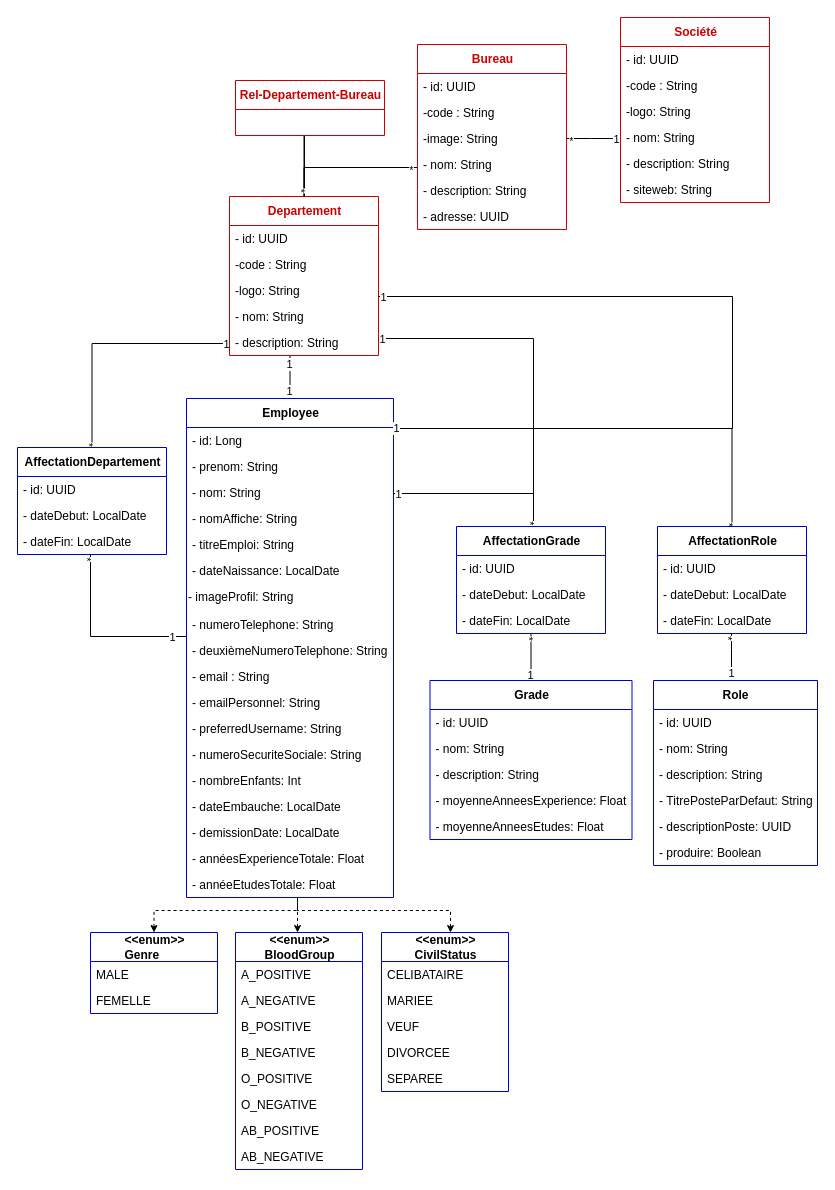
Above: Department/Departement_Fr_DiagrammeClasse.drawio in ZidiMedAmine/UML (draw.io), before the change. Source tidied: cells renumbered, new cells numbered last; positions are measured from the earlier drawing's top-left corner, leaving out a move shared by most shapes. Both pictures are drawn from the tidied source at 100%, with x=0, y=0 at pixel (17, 17).
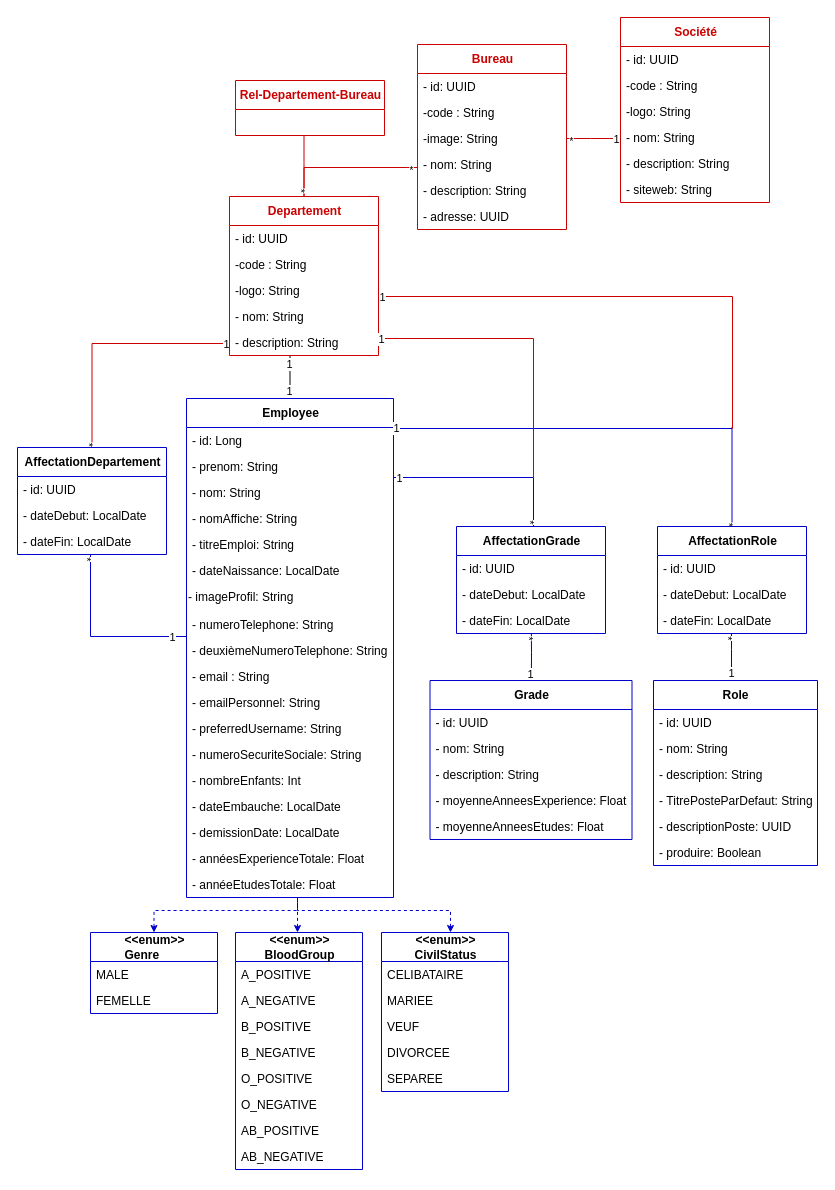
The same page after the edit.

Commit message:
Mettre à jour Departement_Fr_DiagrammeClasse.drawio

The change refers to these unchanged cells:
```xml
<mxCell id="5" value="&lt;b&gt;Employee&lt;/b&gt;" style="swimlane;fontStyle=0;align=center;verticalAlign=middle;horizontal=1;startSize=29;html=1;fontSize=12;labelPosition=center;verticalLabelPosition=middle;swimlaneLine=1;rounded=0;shadow=0;glass=0;sketch=0;perimeterSpacing=0;strokeColor=#0000CC;" parent="1" vertex="1">
  <mxGeometry x="169" y="381" width="207" height="499" as="geometry" />
</mxCell>
<mxCell id="30" value="&lt;span style=&quot;text-align: left;&quot;&gt;Affectation&lt;/span&gt;&lt;span style=&quot;text-align: left; background-color: initial;&quot;&gt;Departement&lt;/span&gt;&lt;span style=&quot;text-align: left;&quot;&gt;&lt;br&gt;&lt;/span&gt;" style="swimlane;fontStyle=1;align=center;verticalAlign=middle;horizontal=1;startSize=29;html=1;fontSize=12;labelPosition=center;verticalLabelPosition=middle;swimlaneLine=1;rounded=0;sketch=0;glass=0;strokeColor=#0000CC;" parent="1" vertex="1">
  <mxGeometry y="430" width="149" height="107" as="geometry" />
</mxCell>
<mxCell id="34" value="&lt;span style=&quot;text-align: left;&quot;&gt;Affectation&lt;/span&gt;&lt;span style=&quot;text-align: left; background-color: initial;&quot;&gt;Grade&lt;/span&gt;&lt;span style=&quot;text-align: left;&quot;&gt;&lt;br&gt;&lt;/span&gt;" style="swimlane;fontStyle=1;align=center;verticalAlign=middle;horizontal=1;startSize=29;html=1;fontSize=12;labelPosition=center;verticalLabelPosition=middle;swimlaneLine=1;rounded=0;sketch=0;glass=0;strokeColor=#0000CC;" parent="1" vertex="1">
  <mxGeometry x="439" y="509" width="149" height="107" as="geometry" />
</mxCell>
<mxCell id="44" value="Grade" style="swimlane;fontStyle=1;align=center;verticalAlign=middle;horizontal=1;startSize=29;html=1;fontSize=12;labelPosition=center;verticalLabelPosition=middle;swimlaneLine=1;rounded=0;sketch=0;glass=0;strokeColor=#0000CC;" parent="1" vertex="1">
  <mxGeometry x="412.5" y="663" width="202" height="159" as="geometry" />
</mxCell>
<mxCell id="53" value="&lt;span style=&quot;text-align: left;&quot;&gt;Affectation&lt;/span&gt;Role" style="swimlane;fontStyle=1;align=center;verticalAlign=middle;horizontal=1;startSize=29;html=1;fontSize=12;labelPosition=center;verticalLabelPosition=middle;swimlaneLine=1;rounded=0;sketch=0;glass=0;strokeColor=#0000CC;" parent="1" vertex="1">
  <mxGeometry x="640" y="509" width="149" height="107" as="geometry" />
</mxCell>
<mxCell id="60" value="Role" style="swimlane;fontStyle=1;align=center;verticalAlign=middle;horizontal=1;startSize=29;html=1;fontSize=12;labelPosition=center;verticalLabelPosition=middle;swimlaneLine=1;rounded=0;sketch=0;glass=0;strokeColor=#0000CC;" parent="1" vertex="1">
  <mxGeometry x="636" y="663" width="164" height="185" as="geometry" />
</mxCell>
<mxCell id="68" value="&lt;b&gt;&amp;lt;&amp;lt;enum&amp;gt;&amp;gt;&lt;/b&gt;&lt;br&gt;&lt;div style=&quot;text-align: left&quot;&gt;&lt;b&gt;G&lt;/b&gt;&lt;b style=&quot;background-color: initial;&quot;&gt;enre&lt;/b&gt;&lt;/div&gt;" style="swimlane;fontStyle=0;align=center;verticalAlign=middle;horizontal=1;startSize=29;html=1;fontSize=12;labelPosition=center;verticalLabelPosition=middle;swimlaneLine=1;rounded=0;sketch=0;glass=0;strokeColor=#0000CC;" parent="1" vertex="1">
  <mxGeometry x="73" y="915" width="127" height="81" as="geometry" />
</mxCell>
<mxCell id="72" value="&lt;b&gt;&amp;lt;&amp;lt;enum&amp;gt;&amp;gt;&lt;/b&gt;&lt;br&gt;&lt;div style=&quot;text-align: left&quot;&gt;&lt;b&gt;CivilStatus&lt;/b&gt;&lt;br&gt;&lt;/div&gt;" style="swimlane;fontStyle=0;align=center;verticalAlign=middle;horizontal=1;startSize=29;html=1;fontSize=12;labelPosition=center;verticalLabelPosition=middle;swimlaneLine=1;rounded=0;sketch=0;glass=0;strokeColor=#0000CC;" parent="1" vertex="1">
  <mxGeometry x="364" y="915" width="127" height="159" as="geometry" />
</mxCell>
<mxCell id="78" value="&lt;b&gt;&amp;lt;&amp;lt;enum&amp;gt;&amp;gt;&lt;/b&gt;&lt;br&gt;&lt;div style=&quot;text-align: left&quot;&gt;&lt;b&gt;BloodGroup&lt;/b&gt;&lt;br&gt;&lt;/div&gt;" style="swimlane;fontStyle=0;align=center;verticalAlign=middle;horizontal=1;startSize=29;html=1;fontSize=12;labelPosition=center;verticalLabelPosition=middle;swimlaneLine=1;rounded=0;sketch=0;glass=0;strokeColor=#0000CC;" parent="1" vertex="1">
  <mxGeometry x="218" y="915" width="127" height="237" as="geometry" />
</mxCell>
<mxCell id="89" value="&lt;div style=&quot;text-align: left&quot;&gt;&lt;span style=&quot;text-align: center;&quot;&gt;Departement&lt;/span&gt;&lt;br&gt;&lt;/div&gt;" style="swimlane;fontStyle=1;align=center;verticalAlign=middle;horizontal=1;startSize=29;html=1;fontSize=12;labelPosition=center;verticalLabelPosition=middle;swimlaneLine=1;rounded=0;sketch=0;glass=0;strokeColor=#CC0000;fontColor=#CC0000;" parent="1" vertex="1">
  <mxGeometry x="212" y="179" width="149" height="159" as="geometry" />
</mxCell>
<mxCell id="102" value="&lt;div style=&quot;text-align: left&quot;&gt;Bureau&lt;br&gt;&lt;/div&gt;" style="swimlane;fontStyle=1;align=center;verticalAlign=middle;horizontal=1;startSize=29;html=1;fontSize=12;labelPosition=center;verticalLabelPosition=middle;swimlaneLine=1;rounded=0;sketch=0;glass=0;strokeColor=#CC0000;fontColor=#CC0000;" parent="1" vertex="1">
  <mxGeometry x="400" y="27" width="149" height="185" as="geometry" />
</mxCell>
<mxCell id="109" value="&lt;div style=&quot;text-align: left&quot;&gt;Société&lt;br&gt;&lt;/div&gt;" style="swimlane;fontStyle=1;align=center;verticalAlign=middle;horizontal=1;startSize=29;html=1;fontSize=12;labelPosition=center;verticalLabelPosition=middle;swimlaneLine=1;rounded=0;sketch=0;glass=0;strokeColor=#CC0000;fontColor=#CC0000;" parent="1" vertex="1">
  <mxGeometry x="603" width="149" height="185" as="geometry" />
</mxCell>
<mxCell id="117" value="Rel-Departement-&lt;span style=&quot;text-align: left;&quot;&gt;Bureau&lt;/span&gt;" style="swimlane;fontStyle=1;align=center;verticalAlign=middle;horizontal=1;startSize=29;html=1;fontSize=12;labelPosition=center;verticalLabelPosition=middle;swimlaneLine=1;rounded=0;sketch=0;glass=0;strokeColor=#CC0000;fontColor=#CC0000;" parent="1" vertex="1">
  <mxGeometry x="218" y="63" width="149" height="55" as="geometry" />
</mxCell>
```

What changed in the source:
```diff
@@
-    <mxCell id="24" style="edgeStyle=orthogonalEdgeStyle;rounded=0;jettySize=auto;html=1;endArrow=none;endFill=0;endSize=5;startSize=5;" parent="1" edge="1" source="30" target="5">
+    <mxCell id="24" style="edgeStyle=orthogonalEdgeStyle;rounded=0;jettySize=auto;html=1;endArrow=none;endFill=0;endSize=5;startSize=5;strokeColor=#0000CC;" parent="1" edge="1" source="30" target="5">
       <mxGeometry relative="1" as="geometry">
         <Array as="points">
           <mxPoint x="73" y="619" />
         </Array>
       </mxGeometry>
     </mxCell>
@@
-    <mxCell id="27" style="edgeStyle=orthogonalEdgeStyle;rounded=0;jettySize=auto;html=1;endArrow=none;endFill=0;" parent="1" edge="1" source="30" target="89">
+    <mxCell id="27" style="edgeStyle=orthogonalEdgeStyle;rounded=0;jettySize=auto;html=1;endArrow=none;endFill=0;strokeColor=#CC0000;" parent="1" edge="1" source="30" target="89">
       <mxGeometry relative="1" as="geometry">
         <Array as="points">
           <mxPoint x="75" y="326" />
         </Array>
       </mxGeometry>
     </mxCell>
@@
-    <mxCell id="38" style="edgeStyle=orthogonalEdgeStyle;rounded=0;jettySize=auto;html=1;endArrow=none;endFill=0;startSize=5;endSize=5;" parent="1" edge="1" source="5" target="34">
+    <mxCell id="38" style="edgeStyle=orthogonalEdgeStyle;rounded=0;jettySize=auto;html=1;endArrow=none;endFill=0;startSize=5;endSize=5;strokeColor=#0000CC;" parent="1" edge="1" source="5" target="34">
       <mxGeometry relative="1" as="geometry">
         <Array as="points">
-          <mxPoint x="516" y="476" />
+          <mxPoint x="516" y="460" />
         </Array>
       </mxGeometry>
     </mxCell>
@@
-    <mxCell id="41" style="rounded=0;jettySize=auto;html=1;endArrow=none;endFill=0;startSize=5;endSize=5;" parent="1" edge="1" source="44" target="34">
-      <mxGeometry relative="1" as="geometry" />
+    <mxCell id="41" style="rounded=0;jettySize=auto;html=1;endArrow=none;endFill=0;startSize=5;endSize=5;strokeColor=#0000CC;" parent="1" edge="1" source="44" target="34">
+      <mxGeometry relative="1" as="geometry">
+        <Array as="points">
+          <mxPoint x="514" y="635" />
+        </Array>
+      </mxGeometry>
     </mxCell>
@@
-    <mxCell id="50" style="edgeStyle=orthogonalEdgeStyle;rounded=0;jettySize=auto;html=1;endArrow=none;endFill=0;startSize=5;endSize=5;" parent="1" edge="1" source="53" target="5">
+    <mxCell id="50" style="edgeStyle=orthogonalEdgeStyle;rounded=0;jettySize=auto;html=1;endArrow=none;endFill=0;startSize=5;endSize=5;strokeColor=#0000CC;" parent="1" edge="1" source="53" target="5">
       <mxGeometry relative="1" as="geometry">
         <Array as="points">
           <mxPoint x="714" y="411" />
         </Array>
       </mxGeometry>
     </mxCell>
@@
-    <mxCell id="57" style="edgeStyle=orthogonalEdgeStyle;rounded=0;jettySize=auto;html=1;endSize=5;startSize=5;endArrow=none;endFill=0;" parent="1" edge="1" source="60" target="53">
+    <mxCell id="57" style="edgeStyle=orthogonalEdgeStyle;rounded=0;jettySize=auto;html=1;endSize=5;startSize=5;endArrow=none;endFill=0;strokeColor=#0000CC;" parent="1" edge="1" source="60" target="53">
       <mxGeometry relative="1" as="geometry">
         <Array as="points">
           <mxPoint x="714" y="632" />
           <mxPoint x="714" y="632" />
         </Array>
       </mxGeometry>
     </mxCell>
@@
-    <mxCell id="67" style="edgeStyle=orthogonalEdgeStyle;rounded=0;jettySize=auto;html=1;endArrow=none;endFill=0;startSize=5;endSize=5;startArrow=classic;startFill=1;dashed=1;" parent="1" edge="1" source="68" target="5">
+    <mxCell id="67" style="edgeStyle=orthogonalEdgeStyle;rounded=0;jettySize=auto;html=1;endArrow=none;endFill=0;startSize=5;endSize=5;startArrow=classic;startFill=1;dashed=1;strokeColor=#0000CC;" parent="1" edge="1" source="68" target="5">
       <mxGeometry relative="1" as="geometry">
         <Array as="points">
           <mxPoint x="136" y="893" />
           <mxPoint x="280" y="893" />
         </Array>
       </mxGeometry>
     </mxCell>
@@
-    <mxCell id="71" style="edgeStyle=orthogonalEdgeStyle;rounded=0;jettySize=auto;html=1;dashed=1;startArrow=classic;startFill=1;endArrow=none;endFill=0;startSize=5;endSize=5;" parent="1" edge="1" source="72" target="5">
+    <mxCell id="71" style="edgeStyle=orthogonalEdgeStyle;rounded=0;jettySize=auto;html=1;dashed=1;startArrow=classic;startFill=1;endArrow=none;endFill=0;startSize=5;endSize=5;strokeColor=#0000CC;" parent="1" edge="1" source="72" target="5">
       <mxGeometry relative="1" as="geometry">
         <Array as="points">
           <mxPoint x="433" y="893" />
           <mxPoint x="280" y="893" />
         </Array>
       </mxGeometry>
     </mxCell>
@@
-    <mxCell id="87" style="edgeStyle=orthogonalEdgeStyle;rounded=0;jettySize=auto;html=1;endArrow=none;endFill=0;" parent="1" edge="1" source="89" target="102">
+    <mxCell id="87" style="edgeStyle=orthogonalEdgeStyle;rounded=0;jettySize=auto;html=1;endArrow=none;endFill=0;strokeColor=#CC0000;" parent="1" edge="1" source="89" target="102">
       <mxGeometry relative="1" as="geometry">
         <Array as="points">
           <mxPoint x="287" y="150" />
         </Array>
       </mxGeometry>
     </mxCell>
@@
-    <mxCell id="95" style="edgeStyle=orthogonalEdgeStyle;rounded=0;jettySize=auto;html=1;endArrow=none;endFill=0;" parent="1" edge="1" source="89">
+    <mxCell id="95" style="edgeStyle=orthogonalEdgeStyle;rounded=0;jettySize=auto;html=1;endArrow=none;endFill=0;strokeColor=#CC0000;" parent="1" edge="1" source="89">
       <mxGeometry relative="1" as="geometry">
-        <mxPoint x="488" y="476" as="targetPoint" />
+        <mxPoint x="516" y="460" as="targetPoint" />
         <Array as="points">
           <mxPoint x="516" y="321" />
-          <mxPoint x="516" y="476" />
+          <mxPoint x="516" y="460" />
         </Array>
       </mxGeometry>
     </mxCell>
@@
-    <mxCell id="97" style="edgeStyle=orthogonalEdgeStyle;rounded=0;jettySize=auto;html=1;endArrow=none;endFill=0;" parent="1" edge="1" source="89">
+    <mxCell id="97" style="edgeStyle=orthogonalEdgeStyle;rounded=0;jettySize=auto;html=1;endArrow=none;endFill=0;strokeColor=#CC0000;" parent="1" edge="1" source="89">
       <mxGeometry relative="1" as="geometry">
-        <mxPoint x="685" y="411" as="targetPoint" />
+        <mxPoint x="714" y="410" as="targetPoint" />
         <Array as="points">
           <mxPoint x="715" y="279" />
           <mxPoint x="715" y="411" />
-          <mxPoint x="704" y="411" />
+          <mxPoint x="714" y="411" />
         </Array>
       </mxGeometry>
     </mxCell>
@@
-    <mxCell id="99" style="edgeStyle=orthogonalEdgeStyle;rounded=0;jettySize=auto;html=1;endArrow=none;endFill=0;" parent="1" edge="1" source="102" target="109">
+    <mxCell id="99" style="edgeStyle=orthogonalEdgeStyle;rounded=0;jettySize=auto;html=1;endArrow=none;endFill=0;strokeColor=#CC0000;" parent="1" edge="1" source="102" target="109">
       <mxGeometry relative="1" as="geometry">
         <Array as="points">
           <mxPoint x="573" y="121" />
           <mxPoint x="573" y="121" />
         </Array>
       </mxGeometry>
     </mxCell>
@@
-    <mxCell id="116" style="rounded=0;jettySize=auto;html=1;fontColor=#CC0000;endArrow=none;endFill=0;edgeStyle=orthogonalEdgeStyle;" parent="1" edge="1" source="117" target="89">
-      <mxGeometry relative="1" as="geometry">
-        <Array as="points">
-          <mxPoint x="287" y="141" />
-          <mxPoint x="287" y="141" />
-        </Array>
-      </mxGeometry>
-    </mxCell>
@@
-    <mxCell id="118" style="edgeStyle=orthogonalEdgeStyle;rounded=0;jettySize=auto;html=1;dashed=1;startArrow=classic;startFill=1;endArrow=none;endFill=0;startSize=5;endSize=5;" parent="1" edge="1" source="78" target="5">
+    <mxCell id="118" style="edgeStyle=orthogonalEdgeStyle;rounded=0;jettySize=auto;html=1;dashed=1;startArrow=classic;startFill=1;endArrow=none;endFill=0;startSize=5;endSize=5;strokeColor=#0000CC;" parent="1" edge="1" source="78" target="5">
       <mxGeometry relative="1" as="geometry">
         <Array as="points">
           <mxPoint x="280" y="885" />
           <mxPoint x="280" y="885" />
         </Array>
       </mxGeometry>
     </mxCell>
-    <mxCell id="119" style="edgeStyle=orthogonalEdgeStyle;rounded=0;jettySize=auto;html=1;endArrow=none;endFill=0;" parent="1" edge="1" source="89" target="117">
+    <mxCell id="119" style="edgeStyle=orthogonalEdgeStyle;rounded=0;jettySize=auto;html=1;endArrow=none;endFill=0;strokeColor=#CC0000;" parent="1" edge="1" source="89" target="117">
       <mxGeometry relative="1" as="geometry">
         <Array as="points">
-          <mxPoint x="287" y="145" />
+          <mxPoint x="286" y="145" />
           <mxPoint x="287" y="145" />
         </Array>
       </mxGeometry>
     </mxCell>
```
